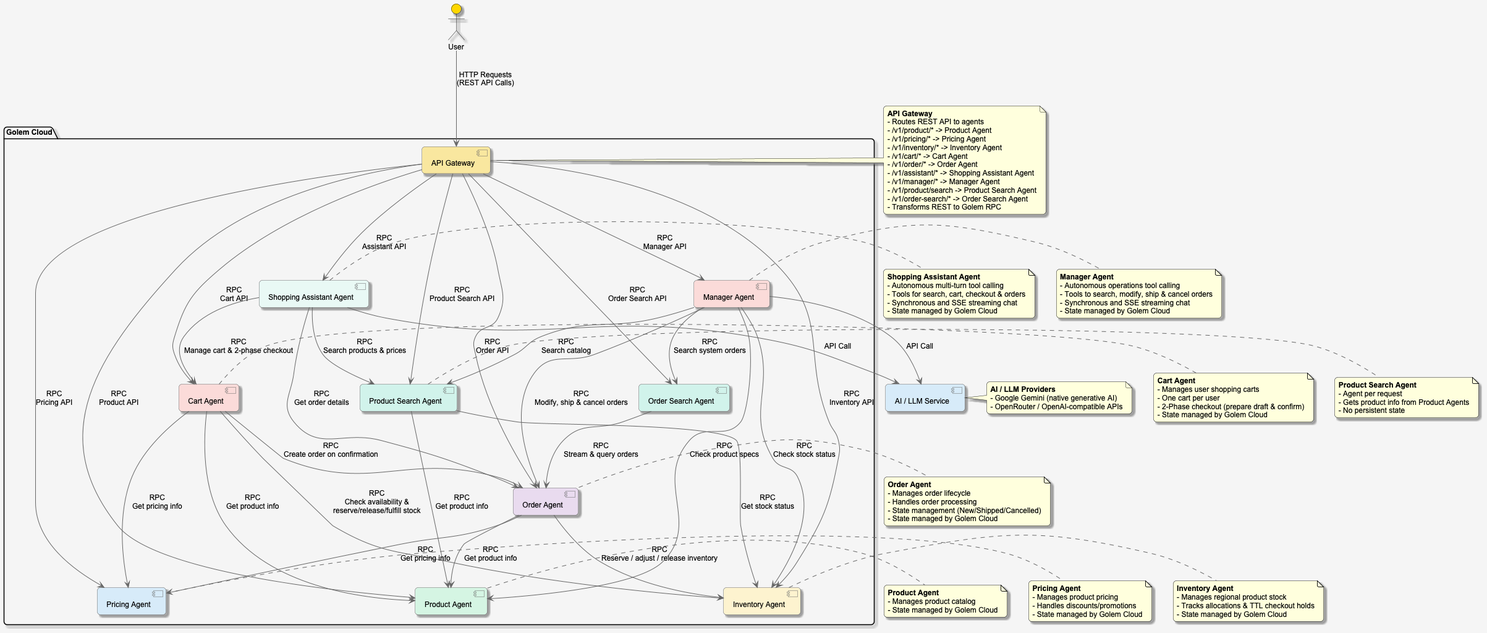
justcoon/golem-shopping-rust keeps this PlantUML diagram as architecture.png. Above is the earlier version.
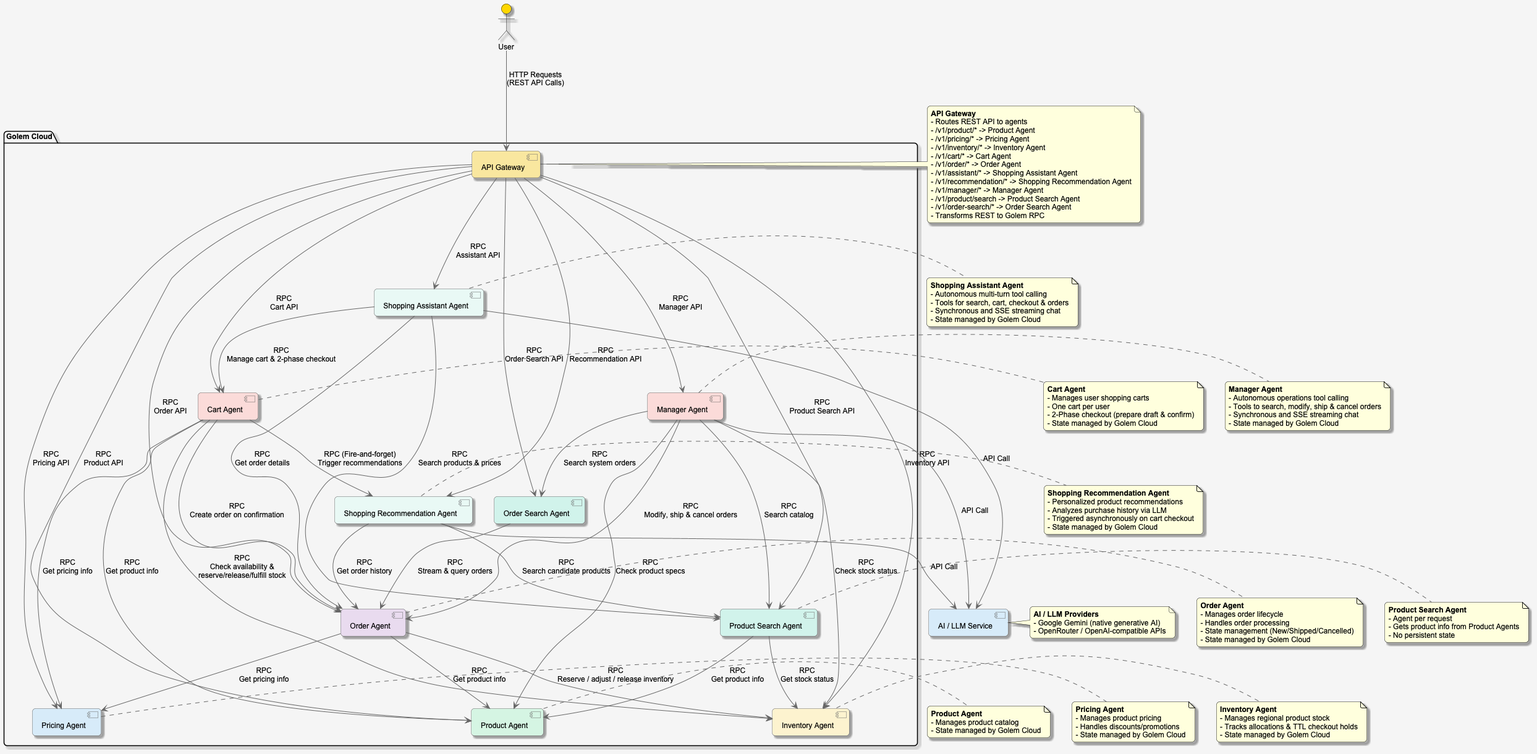
After the commit.

What changed in the source:
```diff
@@ -22,6 +22,7 @@
     [Product Search Agent] as product_search #D1F2EB
     [Order Search Agent] as order_search #D1F2EB
     [Shopping Assistant Agent] as assistant #E8F8F5
+    [Shopping Recommendation Agent] as recommendation #E8F8F5
     [Manager Agent] as manager #FADBD8
 }
 
@@ -37,12 +38,14 @@
 gateway --> product_search : "RPC\nProduct Search API"
 gateway --> order_search : "RPC\nOrder Search API"
 gateway --> assistant : "RPC\nAssistant API"
+gateway --> recommendation : "RPC\nRecommendation API"
 gateway --> manager : "RPC\nManager API"
 
 cart --> product : "RPC\nGet product info"
 cart --> pricing : "RPC\nGet pricing info"
 cart --> inventory : "RPC\nCheck availability &\nreserve/release/fulfill stock"
 cart --> order : "RPC\nCreate order on confirmation"
+cart --> recommendation : "RPC (Fire-and-forget)\nTrigger recommendations"
 order --> product : "RPC\nGet product info"
 order --> pricing : "RPC\nGet pricing info"
 order --> inventory : "RPC\nReserve / adjust / release inventory"
@@ -63,6 +66,10 @@
 
 assistant --> llm : "API Call"
 manager --> llm : "API Call"
+recommendation --> llm : "API Call"
+
+recommendation --> order : "RPC\nGet order history"
+recommendation --> product_search : "RPC\nSearch candidate products"
 
 note right of gateway
   <b>API Gateway</b>
@@ -73,6 +80,7 @@
   - /v1/cart/* -> Cart Agent
   - /v1/order/* -> Order Agent
   - /v1/assistant/* -> Shopping Assistant Agent
+  - /v1/recommendation/* -> Shopping Recommendation Agent
   - /v1/manager/* -> Manager Agent
   - /v1/product/search -> Product Search Agent
   - /v1/order-search/* -> Order Search Agent
@@ -136,6 +144,14 @@
   - State managed by Golem Cloud
 end note
 
+note right of recommendation
+  <b>Shopping Recommendation Agent</b>
+  - Personalized product recommendations
+  - Analyzes purchase history via LLM
+  - Triggered asynchronously on cart checkout
+  - State managed by Golem Cloud
+end note
+
 note right of manager
   <b>Manager Agent</b>
   - Autonomous operations tool calling
```
